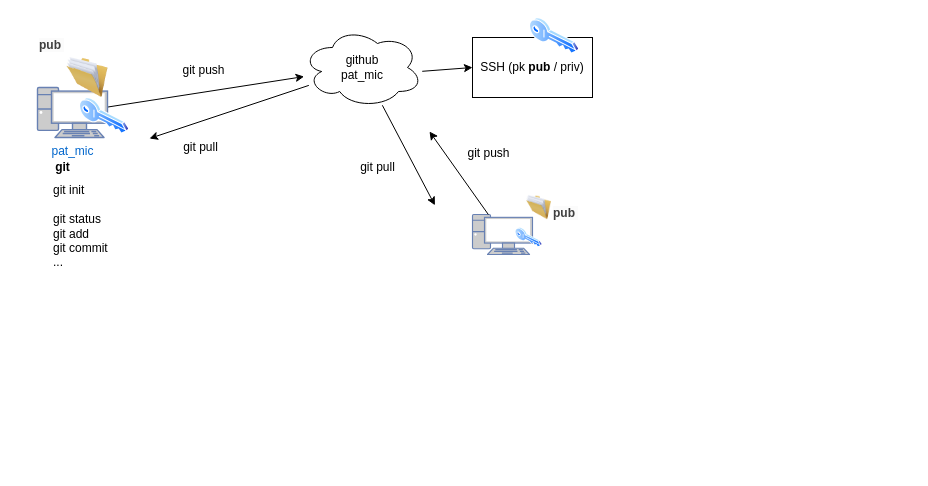
Above: page "Page-1" (1 of 2) of assets/pizarrra.drawio in patmic/borraGit (draw.io), before the change. Source tidied: cells renumbered, new cells numbered last; positions are measured from the earlier drawing's top-left corner, leaving out a move shared by most shapes. Both pictures are drawn from the tidied source at 100%, with x=0, y=0 at pixel (37, 17). Pictures stored in the file or linked from it are replaced by grey dashed boxes.
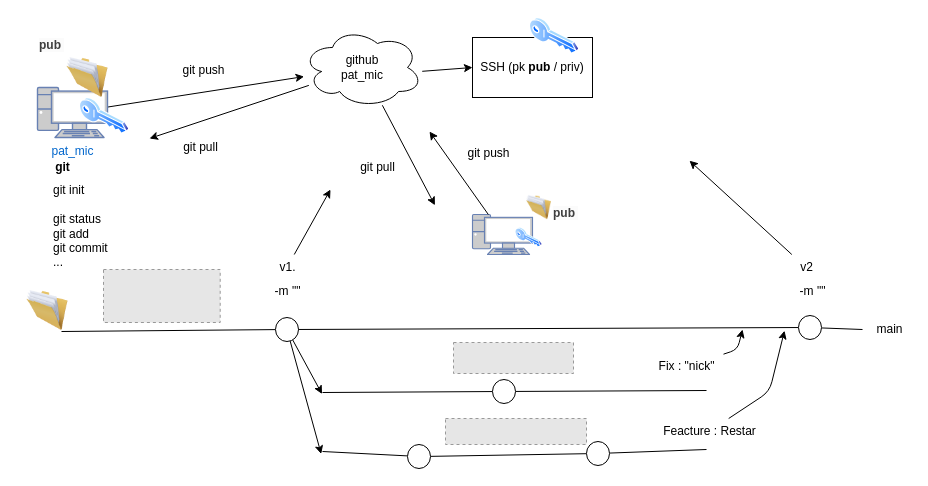
The same diagram, later.

The edit, as a diff of the source:
```diff
@@
+    <mxCell id="24" style="endArrow=none;html=1;" parent="1" edge="1" source="45">
+      <mxGeometry relative="1" as="geometry">
+        <mxPoint x="825" y="312" as="targetPoint" />
+      </mxGeometry>
+    </mxCell>
+    <mxCell id="25" style="image;html=1;image=img/lib/clip_art/general/Full_Folder_128x128.png;" parent="1" vertex="1">
+      <mxGeometry x="-20" y="273" width="60" height="40" as="geometry" />
+    </mxCell>
+    <mxCell id="26" style="fillColor=#E6E6E6;strokeColor=#999999;dashed=1;verticalLabelPosition=bottom;labelBackgroundColor=default;verticalAlign=top;" parent="1" vertex="1">
+      <mxGeometry x="66" y="252" width="116.7" height="53" as="geometry" />
+    </mxCell>
+    <mxCell id="27" style="endArrow=none;html=1;" parent="1" edge="1" target="30">
+      <mxGeometry relative="1" as="geometry">
+        <mxPoint x="24" y="314" as="sourcePoint" />
+      </mxGeometry>
+    </mxCell>
+    <mxCell id="28" style="edgeStyle=none;html=1;" parent="1" edge="1" source="30">
+      <mxGeometry relative="1" as="geometry">
+        <mxPoint x="284.5" y="376.5" as="targetPoint" />
+      </mxGeometry>
+    </mxCell>
+    <mxCell id="29" style="edgeStyle=none;html=1;" parent="1" edge="1" source="30">
+      <mxGeometry relative="1" as="geometry">
+        <mxPoint x="283.7" y="436.5" as="targetPoint" />
+      </mxGeometry>
+    </mxCell>
+    <mxCell id="30" style="ellipse;whiteSpace=wrap;html=1;" parent="1" vertex="1">
+      <mxGeometry x="238" y="300" width="23" height="24" as="geometry" />
+    </mxCell>
+    <mxCell id="31" value="-m &quot;&quot;" style="text;html=1;align=center;verticalAlign=middle;strokeColor=none;fillColor=none;" parent="1" vertex="1">
+      <mxGeometry x="227.5" y="261" width="44" height="26" as="geometry" />
+    </mxCell>
+    <mxCell id="32" style="endArrow=none;html=1;" parent="1" edge="1" source="39">
+      <mxGeometry relative="1" as="geometry">
+        <mxPoint x="669" y="373" as="targetPoint" />
+      </mxGeometry>
+    </mxCell>
+    <mxCell id="33" style="edgeStyle=none;html=1;" parent="1" edge="1" source="34">
+      <mxGeometry relative="1" as="geometry">
+        <mxPoint x="705" y="312" as="targetPoint" />
+        <Array as="points">
+          <mxPoint x="700" y="332" />
+        </Array>
+      </mxGeometry>
+    </mxCell>
+    <mxCell id="34" value="Fix : &quot;nick&quot;" style="text;html=1;align=center;verticalAlign=middle;points=[];strokeColor=none;fillColor=none;" parent="1" vertex="1">
+      <mxGeometry x="612" y="336" width="74" height="26" as="geometry" />
+    </mxCell>
+    <mxCell id="35" style="endArrow=none;html=1;" parent="1" edge="1" source="41">
+      <mxGeometry relative="1" as="geometry">
+        <mxPoint x="669" y="432" as="targetPoint" />
+      </mxGeometry>
+    </mxCell>
+    <mxCell id="36" style="edgeStyle=none;html=1;" parent="1" edge="1" source="37">
+      <mxGeometry relative="1" as="geometry">
+        <mxPoint x="747" y="313.2" as="targetPoint" />
+        <Array as="points">
+          <mxPoint x="732" y="374" />
+        </Array>
+      </mxGeometry>
+    </mxCell>
+    <mxCell id="37" value="Feacture : Restar" style="text;html=1;align=center;verticalAlign=middle;points=[];strokeColor=none;fillColor=none;" parent="1" vertex="1">
+      <mxGeometry x="616" y="401" width="111" height="26" as="geometry" />
+    </mxCell>
+    <mxCell id="38" style="endArrow=none;html=1;" parent="1" edge="1" target="39">
+      <mxGeometry relative="1" as="geometry">
+        <mxPoint x="285" y="375" as="sourcePoint" />
+      </mxGeometry>
+    </mxCell>
+    <mxCell id="39" style="ellipse;whiteSpace=wrap;html=1;" parent="1" vertex="1">
+      <mxGeometry x="455" y="362" width="23" height="24" as="geometry" />
+    </mxCell>
+    <mxCell id="40" style="endArrow=none;html=1;" parent="1" edge="1" source="43" target="41">
+      <mxGeometry relative="1" as="geometry" />
+    </mxCell>
+    <mxCell id="41" style="ellipse;whiteSpace=wrap;html=1;" parent="1" vertex="1">
+      <mxGeometry x="549" y="424" width="23" height="24" as="geometry" />
+    </mxCell>
+    <mxCell id="42" style="endArrow=none;html=1;" parent="1" edge="1" target="43">
+      <mxGeometry relative="1" as="geometry">
+        <mxPoint x="285" y="434" as="sourcePoint" />
+      </mxGeometry>
+    </mxCell>
+    <mxCell id="43" style="ellipse;whiteSpace=wrap;html=1;" parent="1" vertex="1">
+      <mxGeometry x="370" y="427" width="23" height="24" as="geometry" />
+    </mxCell>
+    <mxCell id="44" style="endArrow=none;html=1;" parent="1" edge="1" source="30" target="45">
+      <mxGeometry relative="1" as="geometry" />
+    </mxCell>
+    <mxCell id="45" style="ellipse;whiteSpace=wrap;html=1;" parent="1" vertex="1">
+      <mxGeometry x="761" y="298" width="23" height="24" as="geometry" />
+    </mxCell>
+    <mxCell id="46" style="edgeStyle=none;html=1;" parent="1" edge="1" source="47">
+      <mxGeometry relative="1" as="geometry">
+        <mxPoint x="293" y="172" as="targetPoint" />
+      </mxGeometry>
+    </mxCell>
+    <mxCell id="47" value="v1." style="text;html=1;align=center;verticalAlign=middle;points=[];strokeColor=none;fillColor=none;" parent="1" vertex="1">
+      <mxGeometry x="232.5" y="237" width="34" height="26" as="geometry" />
+    </mxCell>
+    <mxCell id="48" value="-m &quot;&quot;" style="text;html=1;align=center;verticalAlign=middle;strokeColor=none;fillColor=none;" parent="1" vertex="1">
+      <mxGeometry x="753" y="261" width="44" height="26" as="geometry" />
+    </mxCell>
+    <mxCell id="49" style="edgeStyle=none;html=1;" parent="1" edge="1" source="50">
+      <mxGeometry relative="1" as="geometry">
+        <mxPoint x="652" y="143.2" as="targetPoint" />
+      </mxGeometry>
+    </mxCell>
+    <mxCell id="50" value="v2" style="text;html=1;align=center;verticalAlign=middle;points=[];strokeColor=none;fillColor=none;" parent="1" vertex="1">
+      <mxGeometry x="753" y="237" width="31" height="26" as="geometry" />
+    </mxCell>
+    <mxCell id="51" value="main" style="text;html=1;align=center;verticalAlign=middle;strokeColor=none;fillColor=none;" parent="1" vertex="1">
+      <mxGeometry x="830" y="299" width="44" height="26" as="geometry" />
+    </mxCell>
+    <mxCell id="52" style="fillColor=#E6E6E6;strokeColor=#999999;dashed=1;verticalLabelPosition=bottom;labelBackgroundColor=default;verticalAlign=top;" parent="1" vertex="1">
+      <mxGeometry x="416" y="325" width="120" height="31" as="geometry" />
+    </mxCell>
+    <mxCell id="53" style="fillColor=#E6E6E6;strokeColor=#999999;dashed=1;verticalLabelPosition=bottom;labelBackgroundColor=default;verticalAlign=top;" parent="1" vertex="1">
+      <mxGeometry x="408" y="401" width="141" height="26" as="geometry" />
+    </mxCell>
```
